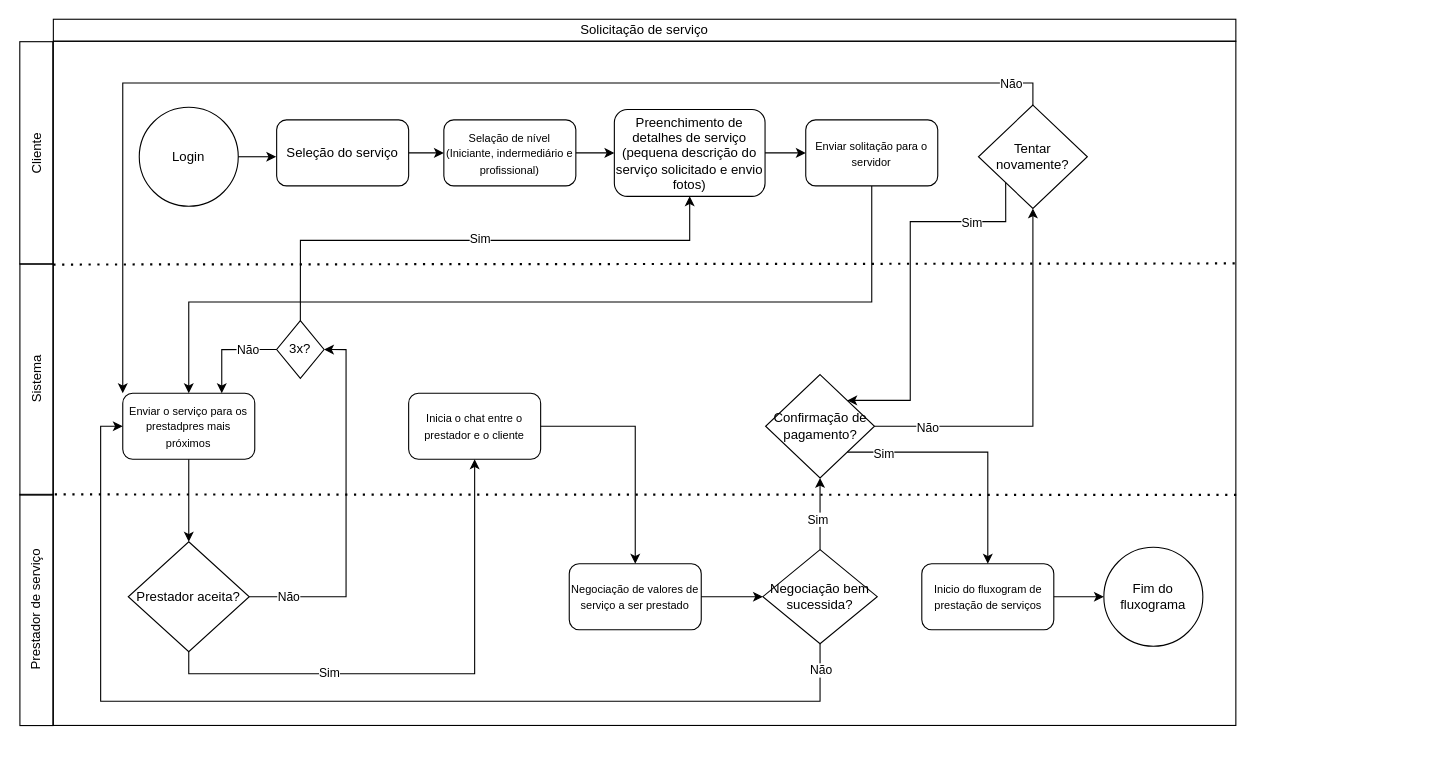
Above: Fluxo de solicitação de serviço.drawio in HG0304/CC5511-SIRIUS (draw.io), before the change. Source tidied: cells renumbered, new cells numbered last; positions are measured from the earlier drawing's top-left corner, leaving out a move shared by most shapes. Both pictures are drawn from the tidied source at 110%, with x=0, y=0 at pixel (-80, 19).
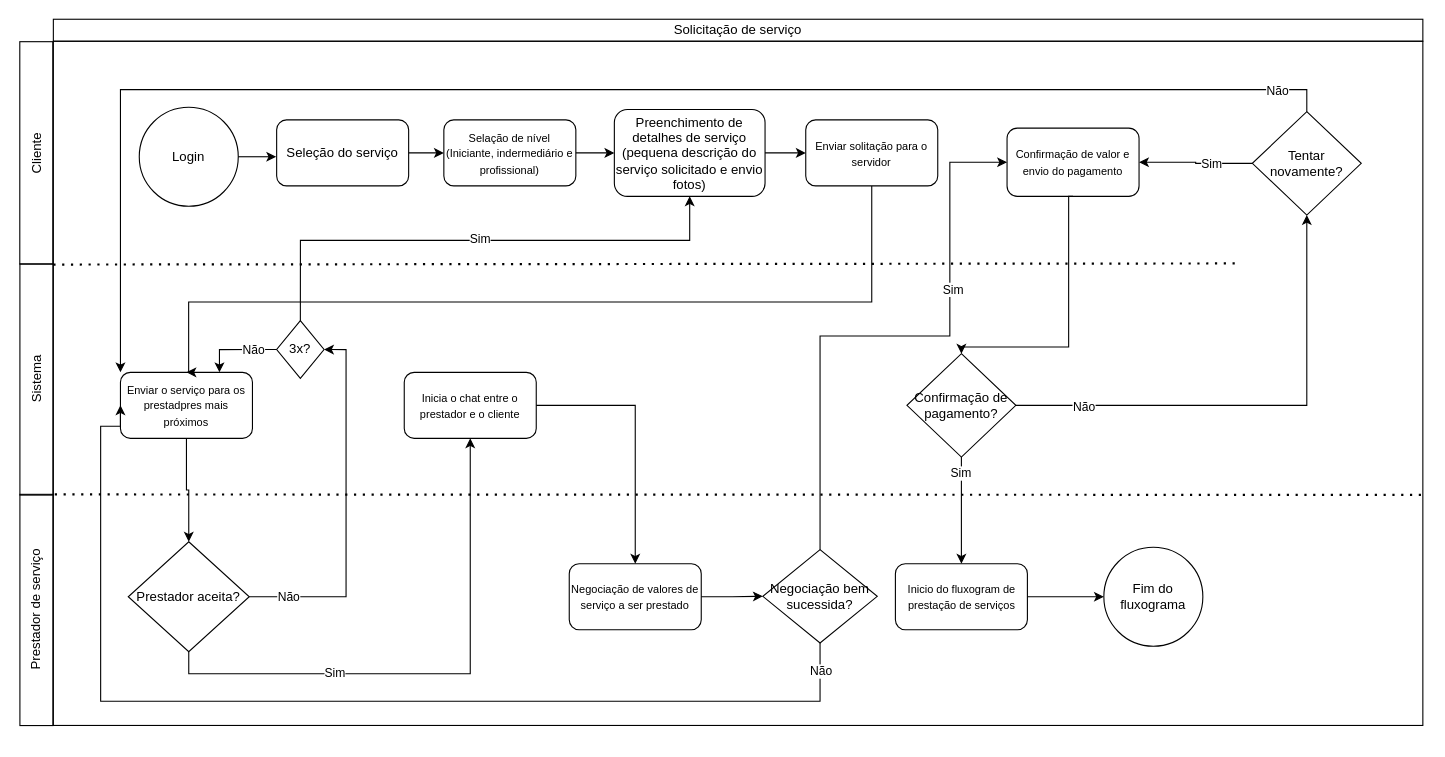
Above is the later version.

What changed in the source:
```diff
@@
     <mxCell id="2" value="Solicitação de serviço" style="rounded=0;whiteSpace=wrap;html=1;fillColor=none;" parent="1" vertex="1">
-      <mxGeometry x="121" width="1075" height="20" as="geometry" />
+      <mxGeometry x="121" width="1245" height="20" as="geometry" />
     </mxCell>
     <mxCell id="3" style="rounded=0;whiteSpace=wrap;html=1;fillColor=none;" parent="1" vertex="1">
-      <mxGeometry x="121" y="20" width="1075" height="622" as="geometry" />
+      <mxGeometry x="121" y="20" width="1245" height="622" as="geometry" />
     </mxCell>
@@
     <mxCell id="17" value="&lt;font style=&quot;font-size: 10px;&quot;&gt;Enviar o serviço para os prestadpres mais próximos&lt;/font&gt;" style="rounded=1;whiteSpace=wrap;html=1;fillColor=none;" parent="1" vertex="1">
-      <mxGeometry x="184.1" y="340" width="120" height="60" as="geometry" />
+      <mxGeometry x="182" y="321" width="120" height="60" as="geometry" />
     </mxCell>
@@
     <mxCell id="33" value="&lt;font style=&quot;font-size: 10px;&quot;&gt;Inicia o chat entre o prestador e o cliente&lt;/font&gt;" style="rounded=1;whiteSpace=wrap;html=1;fillColor=none;" parent="1" vertex="1">
-      <mxGeometry x="444" y="340" width="120" height="60" as="geometry" />
+      <mxGeometry x="440" y="321" width="120" height="60" as="geometry" />
     </mxCell>
@@
-    <mxCell id="38" style="edgeStyle=orthogonalEdgeStyle;rounded=0;jettySize=auto;html=1;" parent="1" edge="1" source="40" target="45">
-      <mxGeometry relative="1" as="geometry" />
-    </mxCell>
-    <mxCell id="39" value="Sim" style="edgeLabel;html=1;align=center;verticalAlign=middle;" parent="38" vertex="1">
-      <mxGeometry x="-0.13" y="3" relative="1" as="geometry" />
-    </mxCell>
+    <mxCell id="54" style="edgeStyle=orthogonalEdgeStyle;rounded=0;jettySize=auto;html=1;exitX=0.5;exitY=0;exitDx=0;exitDy=0;entryX=0;entryY=0.5;entryDx=0;entryDy=0;" parent="1" edge="1" source="40" target="59">
+      <mxGeometry relative="1" as="geometry">
+        <Array as="points">
+          <mxPoint x="818" y="288" />
+          <mxPoint x="936" y="288" />
+          <mxPoint x="936" y="130" />
+        </Array>
+      </mxGeometry>
+    </mxCell>
+    <mxCell id="55" value="Sim" style="edgeLabel;html=1;align=center;verticalAlign=middle;" parent="54" vertex="1">
+      <mxGeometry x="0.36" y="-2" relative="1" as="geometry" />
+    </mxCell>
     <mxCell id="40" value="Negociação bem sucessida?" style="rhombus;whiteSpace=wrap;html=1;fillColor=none;" parent="1" vertex="1">
-      <mxGeometry x="766" y="482.2" width="104" height="85.5" as="geometry" />
+      <mxGeometry x="766" y="482.2" width="104" height="84.8" as="geometry" />
     </mxCell>
@@
-    <mxCell id="43" style="edgeStyle=orthogonalEdgeStyle;rounded=0;jettySize=auto;html=1;exitX=1;exitY=1;exitDx=0;exitDy=0;entryX=0.5;entryY=0;entryDx=0;entryDy=0;" parent="1" edge="1" source="45" target="52">
+    <mxCell id="43" style="edgeStyle=orthogonalEdgeStyle;rounded=0;jettySize=auto;html=1;exitX=0.5;exitY=1;exitDx=0;exitDy=0;entryX=0.5;entryY=0;entryDx=0;entryDy=0;" parent="1" edge="1" source="45" target="52">
       <mxGeometry relative="1" as="geometry" />
     </mxCell>
@@
     <mxCell id="45" value="Confirmação de pagamento?" style="rhombus;whiteSpace=wrap;html=1;fillColor=none;" parent="1" vertex="1">
-      <mxGeometry x="768.5" y="323" width="99" height="94" as="geometry" />
+      <mxGeometry x="897" y="304" width="99" height="94" as="geometry" />
     </mxCell>
-    <mxCell id="46" style="edgeStyle=orthogonalEdgeStyle;rounded=0;jettySize=auto;html=1;exitX=0;exitY=1;exitDx=0;exitDy=0;entryX=1;entryY=0;entryDx=0;entryDy=0;" parent="1" edge="1" source="50" target="45">
-      <mxGeometry relative="1" as="geometry">
-        <Array as="points">
-          <mxPoint x="987" y="184" />
-          <mxPoint x="900" y="184" />
-          <mxPoint x="900" y="346" />
-        </Array>
-      </mxGeometry>
-    </mxCell>
-    <mxCell id="47" value="Sim" style="edgeLabel;html=1;align=center;verticalAlign=middle;" parent="46" vertex="1">
-      <mxGeometry x="-0.61" relative="1" as="geometry" />
-    </mxCell>
@@
+    <mxCell id="56" style="edgeStyle=orthogonalEdgeStyle;rounded=0;jettySize=auto;html=1;exitX=0;exitY=0.5;exitDx=0;exitDy=0;entryX=1;entryY=0.5;entryDx=0;entryDy=0;" parent="1" edge="1" source="50" target="59">
+      <mxGeometry relative="1" as="geometry" />
+    </mxCell>
+    <mxCell id="57" value="Sim" style="edgeLabel;html=1;align=center;verticalAlign=middle;" parent="56" vertex="1">
+      <mxGeometry x="-0.26" relative="1" as="geometry" />
+    </mxCell>
     <mxCell id="50" value="Tentar novamente?" style="rhombus;whiteSpace=wrap;html=1;fillColor=none;" parent="1" vertex="1">
-      <mxGeometry x="962" y="78" width="99" height="94" as="geometry" />
+      <mxGeometry x="1211" y="84" width="99" height="94" as="geometry" />
     </mxCell>
@@
     <mxCell id="52" value="&lt;span style=&quot;font-size: 10px;&quot;&gt;Inicio do fluxogram de prestação de serviços&lt;/span&gt;" style="rounded=1;whiteSpace=wrap;html=1;fillColor=none;" parent="1" vertex="1">
-      <mxGeometry x="910.5" y="495" width="120" height="60" as="geometry" />
+      <mxGeometry x="886.5" y="495" width="120" height="60" as="geometry" />
     </mxCell>
@@
+    <mxCell id="58" style="edgeStyle=orthogonalEdgeStyle;rounded=0;jettySize=auto;html=1;exitX=0.5;exitY=1;exitDx=0;exitDy=0;entryX=0.5;entryY=0;entryDx=0;entryDy=0;" parent="1" edge="1" source="59" target="45">
+      <mxGeometry relative="1" as="geometry">
+        <Array as="points">
+          <mxPoint x="1044" y="298" />
+          <mxPoint x="947" y="298" />
+        </Array>
+      </mxGeometry>
+    </mxCell>
+    <mxCell id="59" value="&lt;span style=&quot;font-size: 10px;&quot;&gt;Confirmação de valor e envio do pagamento&lt;/span&gt;" style="rounded=1;whiteSpace=wrap;html=1;fillColor=none;" parent="1" vertex="1">
+      <mxGeometry x="988" y="99" width="120" height="62" as="geometry" />
+    </mxCell>
```
